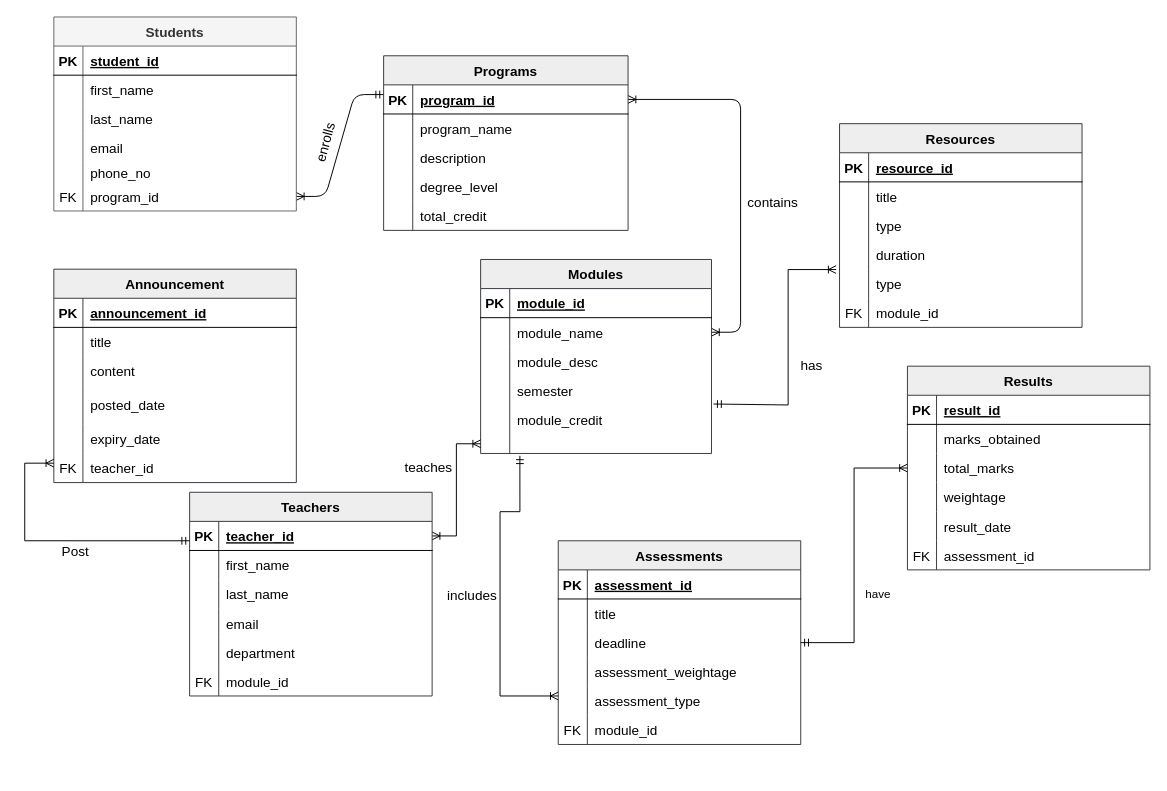
Earlier version of the draw.io diagram Database.drawio (pawal-karki/DRAW.IO). Source tidied: cells renumbered, new cells numbered last; positions are measured from the earlier drawing's top-left corner, leaving out a move shared by most shapes. Both pictures are drawn from the tidied source at 97%, with x=0, y=0 at pixel (24, 16).
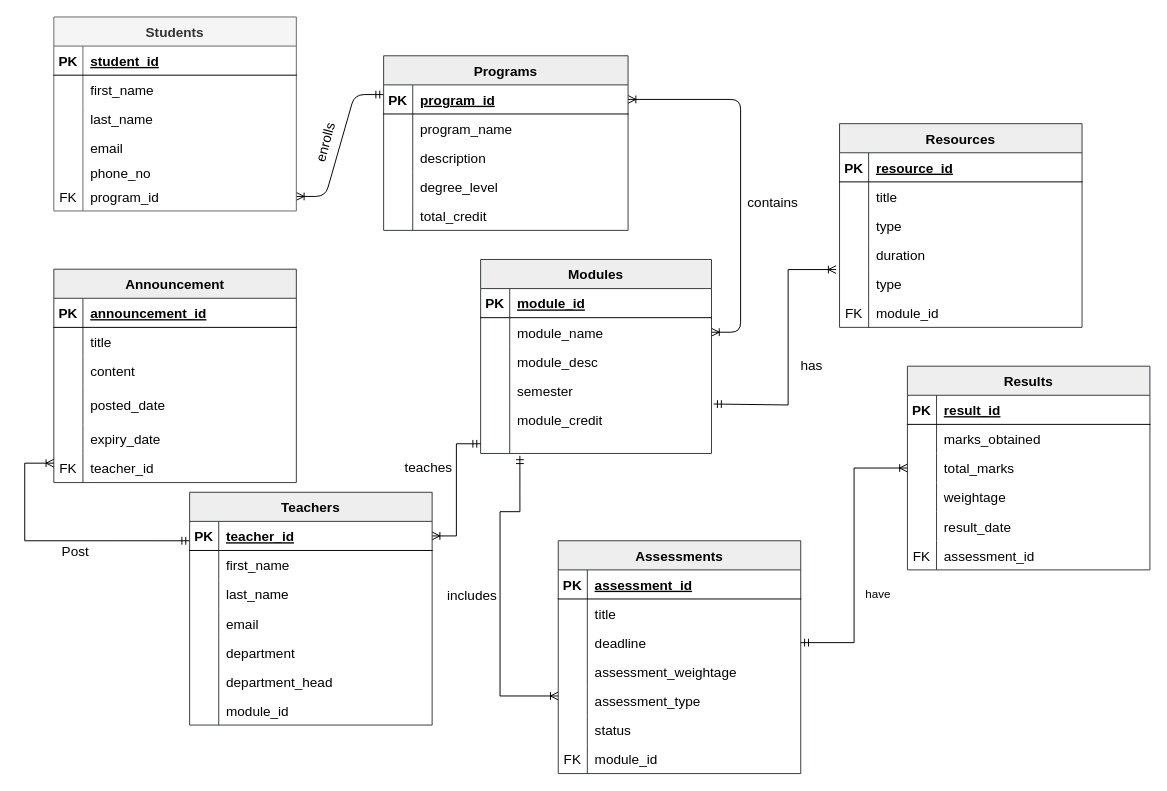
After the change.

Unchanged cells that the change refers to:
```xml
<mxCell id="38" style="shape=partialRectangle;fillColor=none;points=[[0,0.5],[1,0.5]];portConstraint=eastwest;top=0;left=0;right=0;bottom=0;fontSize=14;" parent="22" vertex="1">
  <mxGeometry y="180" width="238" height="20" as="geometry" />
</mxCell>
<mxCell id="82" style="shape=partialRectangle;fillColor=none;points=[[0,0.5],[1,0.5]];portConstraint=eastwest;top=0;left=0;right=0;bottom=1;fontSize=14;" parent="81" vertex="1">
  <mxGeometry y="30" width="250" height="30" as="geometry" />
</mxCell>
<mxCell id="97" style="shape=partialRectangle;fillColor=none;top=0;left=0;right=0;bottom=0;fontSize=14;" parent="81" vertex="1">
  <mxGeometry y="180" width="250" height="30" as="geometry" />
</mxCell>
<mxCell id="118" style="shape=partialRectangle;fillColor=none;top=0;left=0;right=0;bottom=0;fontSize=14;" parent="102" vertex="1">
  <mxGeometry y="180" width="250" height="30" as="geometry" />
</mxCell>
```

What changed in the source:
```diff
@@
-    <mxCell id="79" style="edgeStyle=orthogonalEdgeStyle;rounded=0;jettySize=auto;html=1;entryX=1;entryY=0.5;entryDx=0;entryDy=0;startArrow=ERoneToMany;startFill=0;endArrow=ERoneToMany;endFill=0;exitX=0;exitY=0.5;exitDx=0;exitDy=0;fontSize=14;" parent="1" edge="1" source="38" target="82">
+    <mxCell id="79" style="edgeStyle=orthogonalEdgeStyle;rounded=0;jettySize=auto;html=1;entryX=1;entryY=0.5;entryDx=0;entryDy=0;startArrow=ERmandOne;startFill=0;endArrow=ERoneToMany;endFill=0;exitX=0;exitY=0.5;exitDx=0;exitDy=0;fontSize=14;" parent="1" edge="1" source="38" target="82">
       <mxGeometry relative="1" as="geometry" />
     </mxCell>
@@
     <mxCell id="81" value="Teachers" style="shape=table;startSize=30;childLayout=tableLayout;rowLines=0;fontStyle=1;align=center;fillColor=#eeeeee;strokeColor=#36393d;fontSize=14;" parent="1" vertex="1">
-      <mxGeometry x="170" y="490" width="250" height="210" as="geometry" />
+      <mxGeometry x="170" y="490" width="250" height="240" as="geometry" />
     </mxCell>
@@
-    <mxCell id="98" value="FK" style="shape=partialRectangle;overflow=hidden;fillColor=none;top=0;left=0;bottom=0;right=0;fontSize=14;" parent="97" vertex="1">
+    <mxCell id="98" style="shape=partialRectangle;overflow=hidden;fillColor=none;top=0;left=0;bottom=0;right=0;fontSize=14;" parent="97" vertex="1">
       <mxGeometry width="30" height="30" as="geometry" />
     </mxCell>
-    <mxCell id="99" value="module_id" style="shape=partialRectangle;overflow=hidden;fillColor=none;top=0;left=0;bottom=0;right=0;align=left;spacingLeft=6;fontSize=14;" parent="97" vertex="1">
+    <mxCell id="99" value="department_head" style="shape=partialRectangle;overflow=hidden;fillColor=none;top=0;left=0;bottom=0;right=0;align=left;spacingLeft=6;fontSize=14;" parent="97" vertex="1">
       <mxGeometry x="30" width="220" height="30" as="geometry" />
     </mxCell>
+    <mxCell id="165" style="shape=partialRectangle;fillColor=none;top=0;left=0;right=0;bottom=0;fontSize=14;" parent="81" vertex="1">
+      <mxGeometry y="210" width="250" height="30" as="geometry" />
+    </mxCell>
+    <mxCell id="166" style="shape=partialRectangle;overflow=hidden;fillColor=none;top=0;left=0;bottom=0;right=0;fontSize=14;" parent="165" vertex="1">
+      <mxGeometry width="30" height="30" as="geometry" />
+    </mxCell>
+    <mxCell id="167" value="module_id" style="shape=partialRectangle;overflow=hidden;fillColor=none;top=0;left=0;bottom=0;right=0;align=left;spacingLeft=6;fontSize=14;" parent="165" vertex="1">
+      <mxGeometry x="30" width="220" height="30" as="geometry" />
+    </mxCell>
@@
     <mxCell id="102" value="Assessments" style="shape=table;startSize=30;childLayout=tableLayout;rowLines=0;fontStyle=1;align=center;fillColor=#eeeeee;strokeColor=#36393d;fontSize=14;" parent="1" vertex="1">
-      <mxGeometry x="550" y="540" width="250" height="210" as="geometry" />
+      <mxGeometry x="550" y="540" width="250" height="240" as="geometry" />
     </mxCell>
@@
-    <mxCell id="119" value="FK" style="shape=partialRectangle;overflow=hidden;fillColor=none;top=0;left=0;bottom=0;right=0;fontSize=14;" parent="118" vertex="1">
+    <mxCell id="119" style="shape=partialRectangle;overflow=hidden;fillColor=none;top=0;left=0;bottom=0;right=0;fontSize=14;" parent="118" vertex="1">
       <mxGeometry width="30" height="30" as="geometry" />
     </mxCell>
-    <mxCell id="120" value="module_id" style="shape=partialRectangle;overflow=hidden;fillColor=none;top=0;left=0;bottom=0;right=0;align=left;spacingLeft=6;fontSize=14;" parent="118" vertex="1">
+    <mxCell id="120" value="status" style="shape=partialRectangle;overflow=hidden;fillColor=none;top=0;left=0;bottom=0;right=0;align=left;spacingLeft=6;fontSize=14;" parent="118" vertex="1">
       <mxGeometry x="30" width="220" height="30" as="geometry" />
     </mxCell>
+    <mxCell id="168" style="shape=partialRectangle;fillColor=none;top=0;left=0;right=0;bottom=0;fontSize=14;" parent="102" vertex="1">
+      <mxGeometry y="210" width="250" height="30" as="geometry" />
+    </mxCell>
+    <mxCell id="169" value="FK" style="shape=partialRectangle;overflow=hidden;fillColor=none;top=0;left=0;bottom=0;right=0;fontSize=14;" parent="168" vertex="1">
+      <mxGeometry width="30" height="30" as="geometry" />
+    </mxCell>
+    <mxCell id="170" value="module_id" style="shape=partialRectangle;overflow=hidden;fillColor=none;top=0;left=0;bottom=0;right=0;align=left;spacingLeft=6;fontSize=14;" parent="168" vertex="1">
+      <mxGeometry x="30" width="220" height="30" as="geometry" />
+    </mxCell>
```
